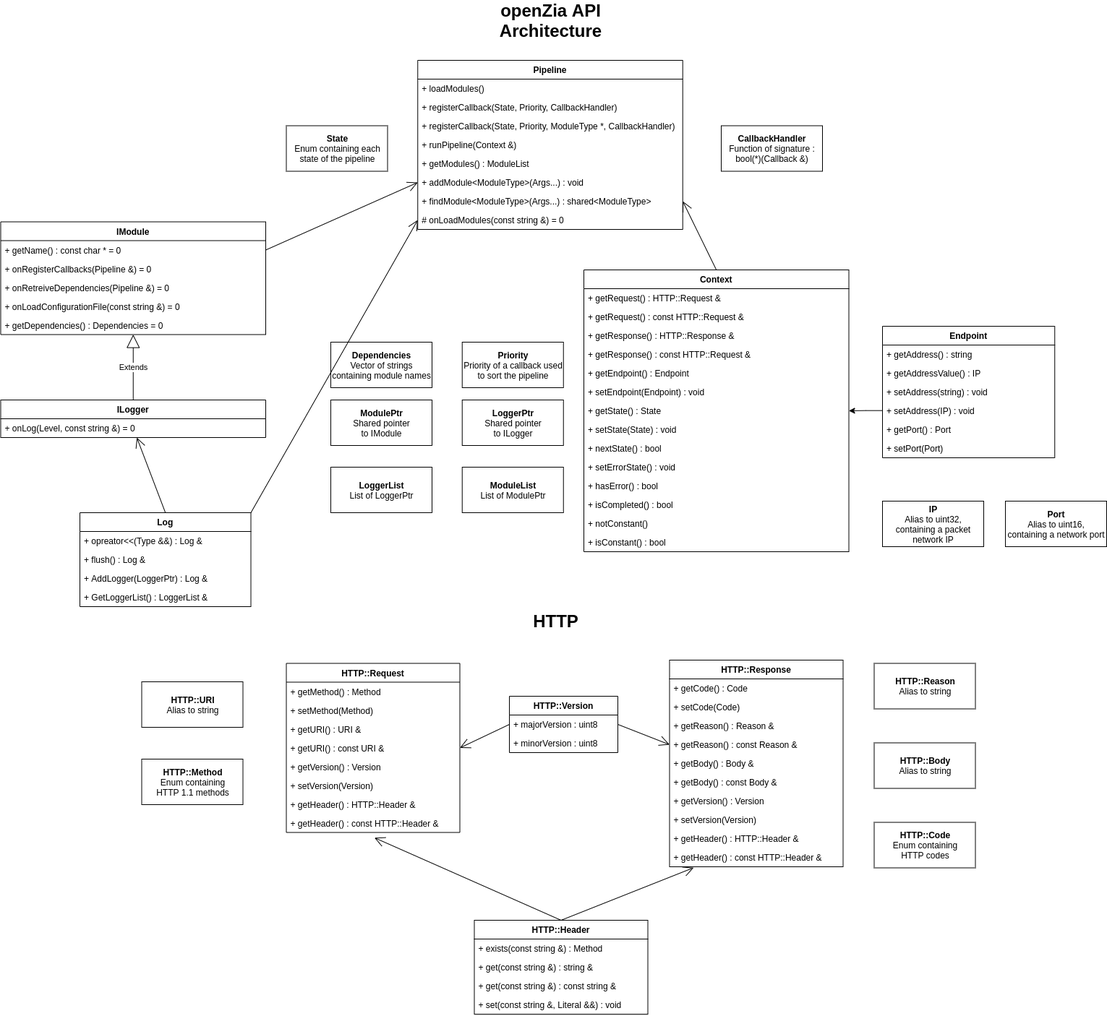
Above: openZiaArchitectureUML.png in MatthieuMv/openZia (draw.io), before the change. Source tidied: cells renumbered, new cells last; positions are measured from the earlier drawing's top-left corner, leaving out a move shared by most shapes.
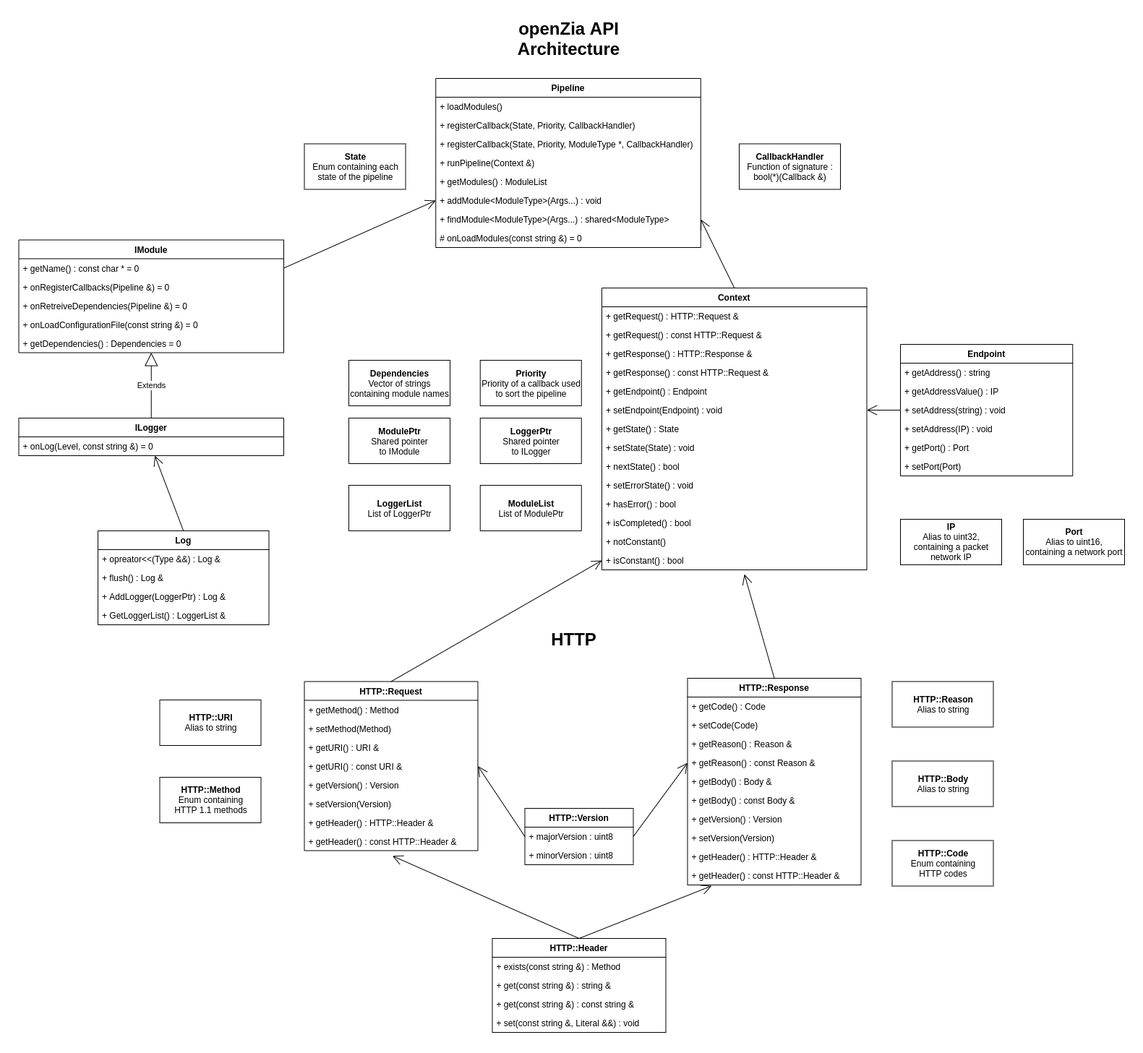
After the commit.

Commit message:
Update openZia UMLK

Diff of the diagram source:
```diff
@@ -114,7 +114,7 @@
       <mxGeometry x="194.5" y="1047" width="140" height="63" as="geometry" />
     </mxCell>
     <mxCell id="39" value="HTTP::Version" style="swimlane;fontStyle=1;horizontal=1;startSize=26;fillColor=none;" parent="1" vertex="1">
-      <mxGeometry x="703" y="960" width="150" height="78" as="geometry" />
+      <mxGeometry x="699.5" y="1090" width="150" height="78" as="geometry" />
     </mxCell>
     <mxCell id="40" value="+ majorVersion : uint8" style="text;strokeColor=none;fillColor=none;align=left;verticalAlign=top;spacingLeft=4;spacingRight=4;overflow=hidden;points=[[0,0.5],[1,0.5]];portConstraint=eastwest;" parent="39" vertex="1">
       <mxGeometry y="26" width="150" height="26" as="geometry" />
@@ -158,9 +158,6 @@
     <mxCell id="53" value="&lt;b&gt;Port&lt;/b&gt;&lt;br&gt;Alias to uint16,&lt;br&gt;containing a network port" style="html=1;" parent="1" vertex="1">
       <mxGeometry x="1389" y="690" width="140" height="63" as="geometry" />
     </mxCell>
-    <mxCell id="54" style="edgeStyle=orthogonalEdgeStyle;rounded=0;jettySize=auto;html=1;entryX=1;entryY=0.5;entryDx=0;entryDy=0;" parent="1" edge="1" source="49" target="22">
-      <mxGeometry relative="1" as="geometry" />
-    </mxCell>
     <mxCell id="55" style="endArrow=open;endFill=1;endSize=12;html=1;exitX=1;exitY=0.5;exitDx=0;exitDy=0;entryX=0;entryY=0.5;entryDx=0;entryDy=0;" parent="1" edge="1" source="31" target="8">
       <mxGeometry relative="1" as="geometry" />
     </mxCell>
@@ -293,11 +290,17 @@
     <mxCell id="98" value="&lt;font size=&quot;1&quot;&gt;&lt;b style=&quot;font-size: 24px&quot;&gt;HTTP&lt;/b&gt;&lt;/font&gt;" style="text;html=1;align=center;verticalAlign=middle;" parent="1" vertex="1">
       <mxGeometry x="727" y="846" width="80" height="20" as="geometry" />
     </mxCell>
-    <mxCell id="99" style="endArrow=open;endFill=1;endSize=12;html=1;entryX=0;entryY=0.5;entryDx=0;entryDy=0;exitX=1;exitY=0;exitDx=0;exitDy=0;" parent="1" edge="1" source="89" target="10">
-      <mxGeometry relative="1" as="geometry" />
-    </mxCell>
     <mxCell id="100" style="endArrow=open;endFill=1;endSize=12;html=1;exitX=0.5;exitY=0;exitDx=0;exitDy=0;" parent="1" edge="1" source="89" target="43">
       <mxGeometry relative="1" as="geometry" />
     </mxCell>
+    <mxCell id="101" style="endArrow=open;endFill=1;endSize=12;html=1;exitX=0;exitY=0.5;exitDx=0;exitDy=0;entryX=1;entryY=0.5;entryDx=0;entryDy=0;" parent="1" edge="1" source="48" target="21">
+      <mxGeometry relative="1" as="geometry" />
+    </mxCell>
+    <mxCell id="102" style="endArrow=open;endFill=1;endSize=12;html=1;exitX=0.5;exitY=0;exitDx=0;exitDy=0;entryX=0.538;entryY=1.231;entryDx=0;entryDy=0;entryPerimeter=0;" parent="1" edge="1" source="66" target="29">
+      <mxGeometry relative="1" as="geometry" />
+    </mxCell>
+    <mxCell id="103" style="endArrow=open;endFill=1;endSize=12;html=1;exitX=0.5;exitY=0;exitDx=0;exitDy=0;entryX=0;entryY=0.5;entryDx=0;entryDy=0;" parent="1" edge="1" source="57" target="29">
+      <mxGeometry relative="1" as="geometry" />
+    </mxCell>
   </root>
 </mxGraphModel>
```
